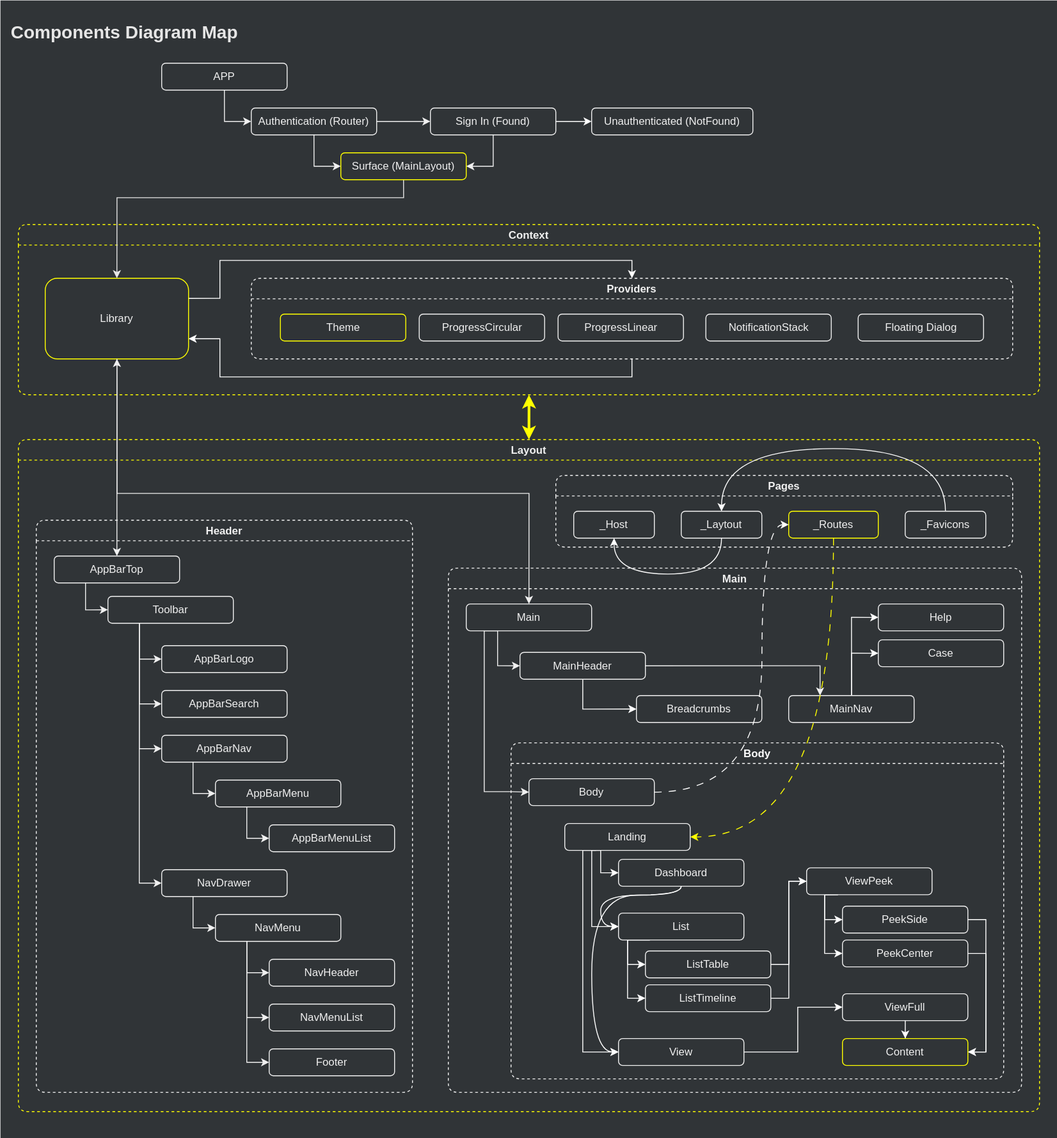
Above: diagrams/juvpro/components-diagram-map.svg in tcjpd/tcjpd.github.io (draw.io), before the change. Source tidied: cells renumbered, new cells last; positions are measured from the earlier drawing's top-left corner, leaving out a move shared by most shapes.
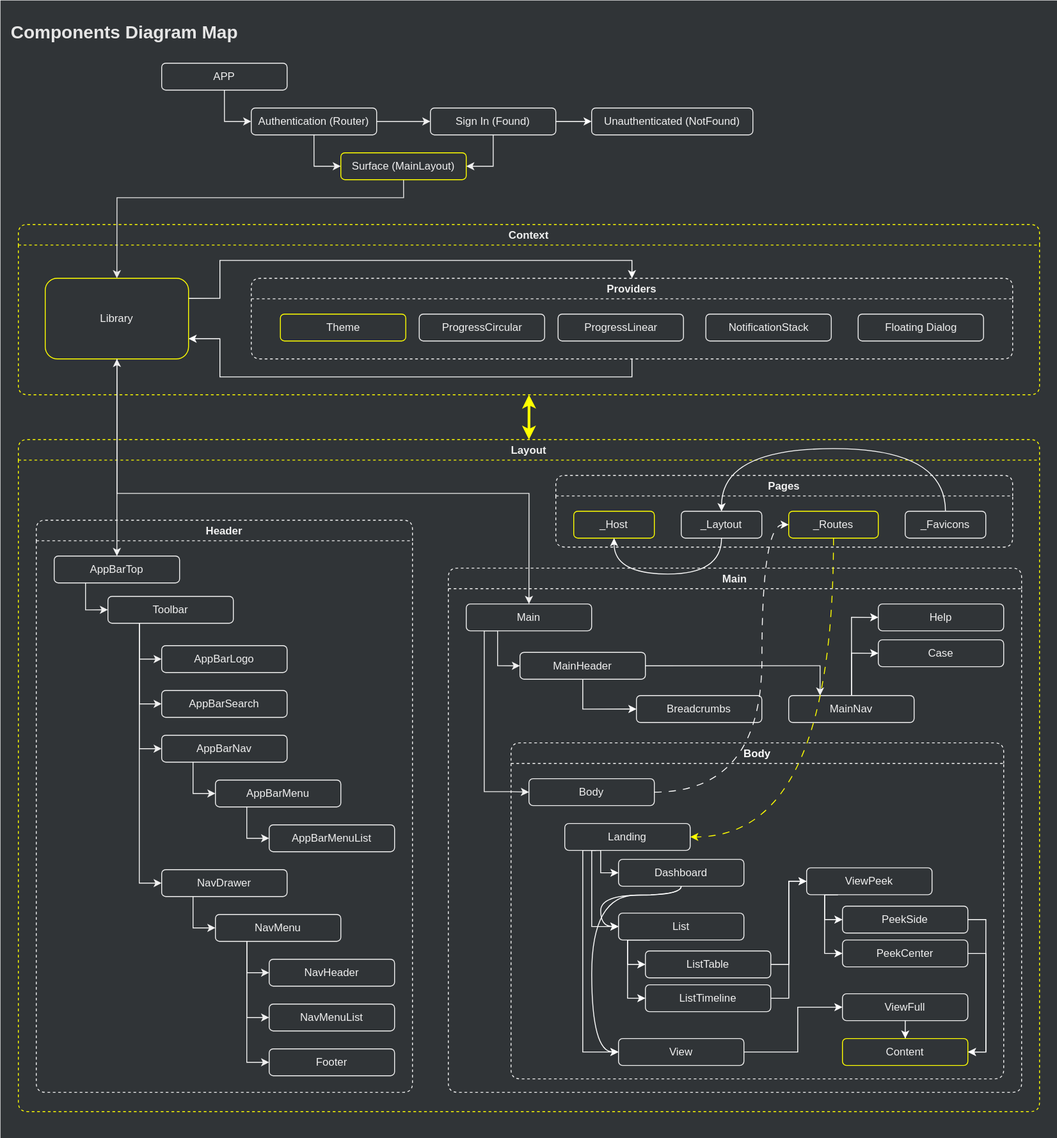
The same diagram one commit later.

What changed in the source:
```diff
@@ -431,7 +431,7 @@
     <mxCell id="96" value="_Routes" style="rounded=1;whiteSpace=wrap;html=1;fontColor=#F0F0F0;strokeColor=#FFFF00;fillColor=#303437;" parent="92" vertex="1">
       <mxGeometry x="260" y="40" width="100" height="30" as="geometry" />
     </mxCell>
-    <mxCell id="97" value="_Host" style="rounded=1;whiteSpace=wrap;html=1;fontColor=#F0F0F0;strokeColor=#F0F0F0;fillColor=#303437;" parent="92" vertex="1">
+    <mxCell id="97" value="_Host" style="rounded=1;whiteSpace=wrap;html=1;fontColor=#F0F0F0;strokeColor=#FFFF00;fillColor=#303437;" parent="92" vertex="1">
       <mxGeometry x="20" y="40" width="90" height="30" as="geometry" />
     </mxCell>
     <mxCell id="98" style="edgeStyle=orthogonalEdgeStyle;rounded=0;jettySize=auto;html=1;entryX=0.5;entryY=1;entryDx=0;entryDy=0;curved=1;strokeColor=#FFFFFF;exitX=0.5;exitY=1;exitDx=0;exitDy=0;" parent="92" edge="1" source="99" target="97">
```
